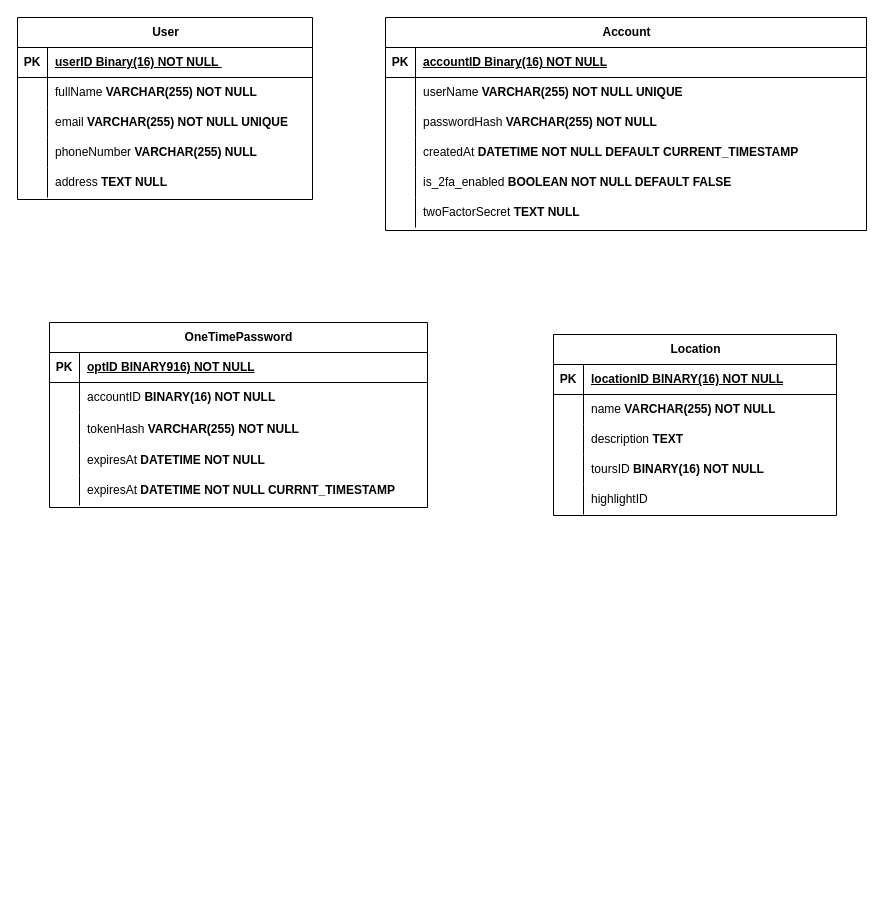
The draw.io diagram docs/ERD.drawio in imfakebot/QueHuong, before the edit. Source tidied: cells renumbered, new cells numbered last; positions are measured from the earlier drawing's top-left corner, leaving out a move shared by most shapes. Both pictures are drawn from the tidied source at 100%, with x=0, y=0 at pixel (17, 17).
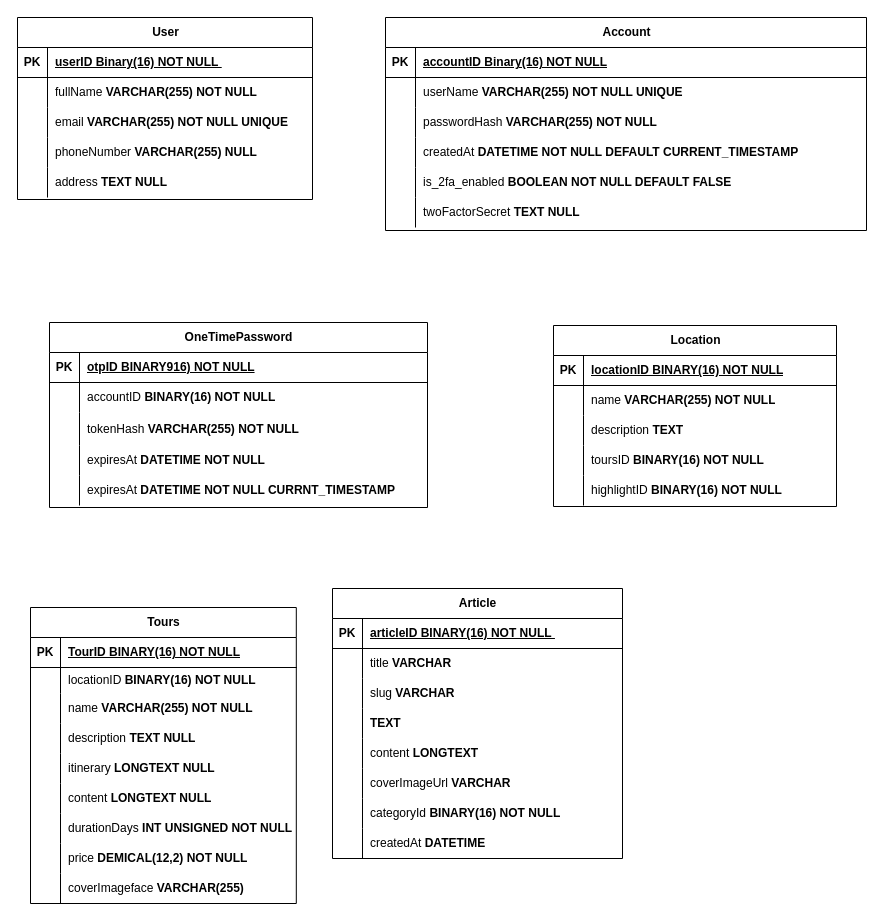
The same page after the edit.

Unchanged cells that the change refers to:
```xml
<mxCell id="38" style="shape=tableRow;horizontal=0;startSize=0;swimlaneHead=0;swimlaneBody=0;fillColor=none;top=0;left=0;right=0;bottom=1;" parent="37" vertex="1">
  <mxGeometry y="30" width="378" height="30" as="geometry" />
</mxCell>
<mxCell id="66" style="shape=tableRow;horizontal=0;startSize=0;swimlaneHead=0;swimlaneBody=0;fillColor=none;top=0;left=0;right=0;bottom=0;" parent="53" vertex="1">
  <mxGeometry y="150" width="283" height="30" as="geometry" />
</mxCell>
```

Change to the diagram source:
```diff
@@
-    <mxCell id="40" value="optID BINARY916) NOT NULL" style="shape=partialRectangle;fillColor=none;top=0;left=0;bottom=0;right=0;align=left;spacingLeft=6;fontStyle=5;overflow=hidden;whiteSpace=wrap;html=1;" parent="38" vertex="1">
+    <mxCell id="40" value="otpID BINARY916) NOT NULL" style="shape=partialRectangle;fillColor=none;top=0;left=0;bottom=0;right=0;align=left;spacingLeft=6;fontStyle=5;overflow=hidden;whiteSpace=wrap;html=1;" parent="38" vertex="1">
       <mxGeometry x="30" width="348" height="30" as="geometry" />
     </mxCell>
@@
     <mxCell id="53" value="Location" style="shape=table;startSize=30;childLayout=tableLayout;rowLines=0;fontStyle=1;align=center;html=1;" parent="1" vertex="1">
-      <mxGeometry x="536" y="317" width="283" height="181" as="geometry" />
+      <mxGeometry x="536" y="308" width="283" height="181" as="geometry" />
     </mxCell>
@@
-    <mxCell id="68" value="highlightID&amp;nbsp;" style="shape=partialRectangle;fillColor=none;top=0;left=0;bottom=0;right=0;align=left;spacingLeft=6;overflow=hidden;whiteSpace=wrap;html=1;" parent="66" vertex="1">
+    <mxCell id="68" value="highlightID &lt;b&gt;BINARY(16) NOT NULL&lt;/b&gt;" style="shape=partialRectangle;fillColor=none;top=0;left=0;bottom=0;right=0;align=left;spacingLeft=6;overflow=hidden;whiteSpace=wrap;html=1;" parent="66" vertex="1">
       <mxGeometry x="30" width="253" height="30" as="geometry" />
     </mxCell>
+    <mxCell id="69" value="Tours" style="shape=table;startSize=30;childLayout=tableLayout;rowLines=0;fontStyle=1;align=center;html=1;" parent="1" vertex="1">
+      <mxGeometry x="13" y="590" width="265.8" height="296" as="geometry" />
+    </mxCell>
+    <mxCell id="70" style="shape=tableRow;horizontal=0;startSize=0;swimlaneHead=0;swimlaneBody=0;fillColor=none;top=0;left=0;right=0;bottom=1;" parent="69" vertex="1">
+      <mxGeometry y="30" width="265.8" height="30" as="geometry" />
+    </mxCell>
+    <mxCell id="71" value="PK" style="shape=partialRectangle;fillColor=none;top=0;left=0;bottom=0;right=0;fontStyle=1;overflow=hidden;whiteSpace=wrap;html=1;" parent="70" vertex="1">
+      <mxGeometry width="30" height="30" as="geometry" />
+    </mxCell>
+    <mxCell id="72" value="TourID BINARY(16) NOT NULL" style="shape=partialRectangle;fillColor=none;top=0;left=0;bottom=0;right=0;align=left;spacingLeft=6;fontStyle=5;overflow=hidden;whiteSpace=wrap;html=1;" parent="70" vertex="1">
+      <mxGeometry x="30" width="235.8" height="30" as="geometry" />
+    </mxCell>
+    <mxCell id="73" style="shape=tableRow;horizontal=0;startSize=0;swimlaneHead=0;swimlaneBody=0;fillColor=none;top=0;left=0;right=0;bottom=0;" parent="69" vertex="1">
+      <mxGeometry y="60" width="265.8" height="26" as="geometry" />
+    </mxCell>
+    <mxCell id="74" style="shape=partialRectangle;fillColor=none;top=0;left=0;bottom=0;right=0;overflow=hidden;whiteSpace=wrap;html=1;" parent="73" vertex="1">
+      <mxGeometry width="30" height="26" as="geometry" />
+    </mxCell>
+    <mxCell id="75" value="locationID &lt;b&gt;BINARY(16) NOT NULL&lt;/b&gt;" style="shape=partialRectangle;fillColor=none;top=0;left=0;bottom=0;right=0;align=left;spacingLeft=6;overflow=hidden;whiteSpace=wrap;html=1;" parent="73" vertex="1">
+      <mxGeometry x="30" width="235.8" height="26" as="geometry" />
+    </mxCell>
+    <mxCell id="76" style="shape=tableRow;horizontal=0;startSize=0;swimlaneHead=0;swimlaneBody=0;fillColor=none;top=0;left=0;right=0;bottom=0;" parent="69" vertex="1">
+      <mxGeometry y="86" width="265.8" height="30" as="geometry" />
+    </mxCell>
+    <mxCell id="77" style="shape=partialRectangle;fillColor=none;top=0;left=0;bottom=0;right=0;overflow=hidden;whiteSpace=wrap;html=1;" parent="76" vertex="1">
+      <mxGeometry width="30" height="30" as="geometry" />
+    </mxCell>
+    <mxCell id="78" value="name &lt;b&gt;VARCHAR(255) NOT NULL&lt;/b&gt;&amp;nbsp;" style="shape=partialRectangle;fillColor=none;top=0;left=0;bottom=0;right=0;align=left;spacingLeft=6;overflow=hidden;whiteSpace=wrap;html=1;" parent="76" vertex="1">
+      <mxGeometry x="30" width="235.8" height="30" as="geometry" />
+    </mxCell>
+    <mxCell id="79" style="shape=tableRow;horizontal=0;startSize=0;swimlaneHead=0;swimlaneBody=0;fillColor=none;top=0;left=0;right=0;bottom=0;" parent="69" vertex="1">
+      <mxGeometry y="116" width="265.8" height="30" as="geometry" />
+    </mxCell>
+    <mxCell id="80" style="shape=partialRectangle;fillColor=none;top=0;left=0;bottom=0;right=0;overflow=hidden;whiteSpace=wrap;html=1;" parent="79" vertex="1">
+      <mxGeometry width="30" height="30" as="geometry" />
+    </mxCell>
+    <mxCell id="81" value="description &lt;b&gt;TEXT NULL&lt;/b&gt;" style="shape=partialRectangle;fillColor=none;top=0;left=0;bottom=0;right=0;align=left;spacingLeft=6;overflow=hidden;whiteSpace=wrap;html=1;" parent="79" vertex="1">
+      <mxGeometry x="30" width="235.8" height="30" as="geometry" />
+    </mxCell>
+    <mxCell id="82" style="shape=tableRow;horizontal=0;startSize=0;swimlaneHead=0;swimlaneBody=0;fillColor=none;top=0;left=0;right=0;bottom=0;" parent="69" vertex="1">
+      <mxGeometry y="146" width="265.8" height="30" as="geometry" />
+    </mxCell>
+    <mxCell id="83" style="shape=partialRectangle;fillColor=none;top=0;left=0;bottom=0;right=0;overflow=hidden;whiteSpace=wrap;html=1;" parent="82" vertex="1">
+      <mxGeometry width="30" height="30" as="geometry" />
+    </mxCell>
+    <mxCell id="84" value="itinerary &lt;b&gt;LONGTEXT NULL&lt;/b&gt;" style="shape=partialRectangle;fillColor=none;top=0;left=0;bottom=0;right=0;align=left;spacingLeft=6;overflow=hidden;whiteSpace=wrap;html=1;" parent="82" vertex="1">
+      <mxGeometry x="30" width="235.8" height="30" as="geometry" />
+    </mxCell>
+    <mxCell id="85" style="shape=tableRow;horizontal=0;startSize=0;swimlaneHead=0;swimlaneBody=0;fillColor=none;top=0;left=0;right=0;bottom=0;" parent="69" vertex="1">
+      <mxGeometry y="176" width="265.8" height="30" as="geometry" />
+    </mxCell>
+    <mxCell id="86" style="shape=partialRectangle;fillColor=none;top=0;left=0;bottom=0;right=0;overflow=hidden;whiteSpace=wrap;html=1;" parent="85" vertex="1">
+      <mxGeometry width="30" height="30" as="geometry" />
+    </mxCell>
+    <mxCell id="87" value="content &lt;b&gt;LONGTEXT NULL&lt;/b&gt;" style="shape=partialRectangle;fillColor=none;top=0;left=0;bottom=0;right=0;align=left;spacingLeft=6;overflow=hidden;whiteSpace=wrap;html=1;" parent="85" vertex="1">
+      <mxGeometry x="30" width="235.8" height="30" as="geometry" />
+    </mxCell>
+    <mxCell id="88" style="shape=tableRow;horizontal=0;startSize=0;swimlaneHead=0;swimlaneBody=0;fillColor=none;top=0;left=0;right=0;bottom=0;" parent="69" vertex="1">
+      <mxGeometry y="206" width="265.8" height="30" as="geometry" />
+    </mxCell>
+    <mxCell id="89" style="shape=partialRectangle;fillColor=none;top=0;left=0;bottom=0;right=0;overflow=hidden;whiteSpace=wrap;html=1;" parent="88" vertex="1">
+      <mxGeometry width="30" height="30" as="geometry" />
+    </mxCell>
+    <mxCell id="90" value="durationDays &lt;b&gt;INT UNSIGNED NOT NULL&lt;/b&gt;" style="shape=partialRectangle;fillColor=none;top=0;left=0;bottom=0;right=0;align=left;spacingLeft=6;overflow=hidden;whiteSpace=wrap;html=1;" parent="88" vertex="1">
+      <mxGeometry x="30" width="235.8" height="30" as="geometry" />
+    </mxCell>
+    <mxCell id="91" style="shape=tableRow;horizontal=0;startSize=0;swimlaneHead=0;swimlaneBody=0;fillColor=none;top=0;left=0;right=0;bottom=0;" parent="69" vertex="1">
+      <mxGeometry y="236" width="265.8" height="30" as="geometry" />
+    </mxCell>
+    <mxCell id="92" style="shape=partialRectangle;fillColor=none;top=0;left=0;bottom=0;right=0;overflow=hidden;whiteSpace=wrap;html=1;" parent="91" vertex="1">
+      <mxGeometry width="30" height="30" as="geometry" />
+    </mxCell>
+    <mxCell id="93" value="price &lt;b&gt;DEMICAL(12,2) NOT NULL&lt;/b&gt;" style="shape=partialRectangle;fillColor=none;top=0;left=0;bottom=0;right=0;align=left;spacingLeft=6;overflow=hidden;whiteSpace=wrap;html=1;" parent="91" vertex="1">
+      <mxGeometry x="30" width="235.8" height="30" as="geometry" />
+    </mxCell>
+    <mxCell id="94" style="shape=tableRow;horizontal=0;startSize=0;swimlaneHead=0;swimlaneBody=0;fillColor=none;top=0;left=0;right=0;bottom=0;" parent="69" vertex="1">
+      <mxGeometry y="266" width="265.8" height="30" as="geometry" />
+    </mxCell>
+    <mxCell id="95" style="shape=partialRectangle;fillColor=none;top=0;left=0;bottom=0;right=0;overflow=hidden;whiteSpace=wrap;html=1;" parent="94" vertex="1">
+      <mxGeometry width="30" height="30" as="geometry" />
+    </mxCell>
+    <mxCell id="96" value="coverImageface&lt;b&gt;&amp;nbsp;VARCHAR(255)&lt;/b&gt;" style="shape=partialRectangle;fillColor=none;top=0;left=0;bottom=0;right=0;align=left;spacingLeft=6;overflow=hidden;whiteSpace=wrap;html=1;" parent="94" vertex="1">
+      <mxGeometry x="30" width="235.8" height="30" as="geometry" />
+    </mxCell>
+    <mxCell id="97" value="Article" style="shape=table;startSize=30;childLayout=tableLayout;rowLines=0;fontStyle=1;align=center;html=1;" parent="1" vertex="1">
+      <mxGeometry x="315" y="571" width="290" height="270" as="geometry" />
+    </mxCell>
+    <mxCell id="98" style="shape=tableRow;horizontal=0;startSize=0;swimlaneHead=0;swimlaneBody=0;fillColor=none;top=0;left=0;right=0;bottom=1;" parent="97" vertex="1">
+      <mxGeometry y="30" width="290" height="30" as="geometry" />
+    </mxCell>
+    <mxCell id="99" value="PK" style="shape=partialRectangle;fillColor=none;top=0;left=0;bottom=0;right=0;fontStyle=1;overflow=hidden;whiteSpace=wrap;html=1;" parent="98" vertex="1">
+      <mxGeometry width="30" height="30" as="geometry" />
+    </mxCell>
+    <mxCell id="100" value="articleID BINARY(16) NOT NULL&amp;nbsp;" style="shape=partialRectangle;fillColor=none;top=0;left=0;bottom=0;right=0;align=left;spacingLeft=6;fontStyle=5;overflow=hidden;whiteSpace=wrap;html=1;" parent="98" vertex="1">
+      <mxGeometry x="30" width="260" height="30" as="geometry" />
+    </mxCell>
+    <mxCell id="101" style="shape=tableRow;horizontal=0;startSize=0;swimlaneHead=0;swimlaneBody=0;fillColor=none;top=0;left=0;right=0;bottom=0;" parent="97" vertex="1">
+      <mxGeometry y="60" width="290" height="30" as="geometry" />
+    </mxCell>
+    <mxCell id="102" style="shape=partialRectangle;fillColor=none;top=0;left=0;bottom=0;right=0;overflow=hidden;whiteSpace=wrap;html=1;" parent="101" vertex="1">
+      <mxGeometry width="30" height="30" as="geometry" />
+    </mxCell>
+    <mxCell id="103" value="title &lt;b&gt;VARCHAR&lt;/b&gt;" style="shape=partialRectangle;fillColor=none;top=0;left=0;bottom=0;right=0;align=left;spacingLeft=6;overflow=hidden;whiteSpace=wrap;html=1;" parent="101" vertex="1">
+      <mxGeometry x="30" width="260" height="30" as="geometry" />
+    </mxCell>
+    <mxCell id="104" style="shape=tableRow;horizontal=0;startSize=0;swimlaneHead=0;swimlaneBody=0;fillColor=none;top=0;left=0;right=0;bottom=0;" parent="97" vertex="1">
+      <mxGeometry y="90" width="290" height="30" as="geometry" />
+    </mxCell>
+    <mxCell id="105" style="shape=partialRectangle;fillColor=none;top=0;left=0;bottom=0;right=0;overflow=hidden;whiteSpace=wrap;html=1;" parent="104" vertex="1">
+      <mxGeometry width="30" height="30" as="geometry" />
+    </mxCell>
+    <mxCell id="106" value="slug &lt;b&gt;VARCHAR&lt;/b&gt;" style="shape=partialRectangle;fillColor=none;top=0;left=0;bottom=0;right=0;align=left;spacingLeft=6;overflow=hidden;whiteSpace=wrap;html=1;" parent="104" vertex="1">
+      <mxGeometry x="30" width="260" height="30" as="geometry" />
+    </mxCell>
+    <mxCell id="107" style="shape=tableRow;horizontal=0;startSize=0;swimlaneHead=0;swimlaneBody=0;fillColor=none;top=0;left=0;right=0;bottom=0;" parent="97" vertex="1">
+      <mxGeometry y="120" width="290" height="30" as="geometry" />
+    </mxCell>
+    <mxCell id="108" style="shape=partialRectangle;fillColor=none;top=0;left=0;bottom=0;right=0;overflow=hidden;whiteSpace=wrap;html=1;" parent="107" vertex="1">
+      <mxGeometry width="30" height="30" as="geometry" />
+    </mxCell>
+    <mxCell id="109" value="&lt;b&gt;TEXT&lt;/b&gt;&amp;nbsp;" style="shape=partialRectangle;fillColor=none;top=0;left=0;bottom=0;right=0;align=left;spacingLeft=6;overflow=hidden;whiteSpace=wrap;html=1;" parent="107" vertex="1">
+      <mxGeometry x="30" width="260" height="30" as="geometry" />
+    </mxCell>
+    <mxCell id="110" style="shape=tableRow;horizontal=0;startSize=0;swimlaneHead=0;swimlaneBody=0;fillColor=none;top=0;left=0;right=0;bottom=0;" parent="97" vertex="1">
+      <mxGeometry y="150" width="290" height="30" as="geometry" />
+    </mxCell>
+    <mxCell id="111" style="shape=partialRectangle;fillColor=none;top=0;left=0;bottom=0;right=0;overflow=hidden;whiteSpace=wrap;html=1;" parent="110" vertex="1">
+      <mxGeometry width="30" height="30" as="geometry" />
+    </mxCell>
+    <mxCell id="112" value="content &lt;b&gt;LONGTEXT&lt;/b&gt;" style="shape=partialRectangle;fillColor=none;top=0;left=0;bottom=0;right=0;align=left;spacingLeft=6;overflow=hidden;whiteSpace=wrap;html=1;" parent="110" vertex="1">
+      <mxGeometry x="30" width="260" height="30" as="geometry" />
+    </mxCell>
+    <mxCell id="113" style="shape=tableRow;horizontal=0;startSize=0;swimlaneHead=0;swimlaneBody=0;fillColor=none;top=0;left=0;right=0;bottom=0;" parent="97" vertex="1">
+      <mxGeometry y="180" width="290" height="30" as="geometry" />
+    </mxCell>
+    <mxCell id="114" style="shape=partialRectangle;fillColor=none;top=0;left=0;bottom=0;right=0;overflow=hidden;whiteSpace=wrap;html=1;" parent="113" vertex="1">
+      <mxGeometry width="30" height="30" as="geometry" />
+    </mxCell>
+    <mxCell id="115" value="coverImageUrl &lt;b&gt;VARCHAR&lt;/b&gt;" style="shape=partialRectangle;fillColor=none;top=0;left=0;bottom=0;right=0;align=left;spacingLeft=6;overflow=hidden;whiteSpace=wrap;html=1;" parent="113" vertex="1">
+      <mxGeometry x="30" width="260" height="30" as="geometry" />
+    </mxCell>
+    <mxCell id="116" style="shape=tableRow;horizontal=0;startSize=0;swimlaneHead=0;swimlaneBody=0;fillColor=none;top=0;left=0;right=0;bottom=0;" parent="97" vertex="1">
+      <mxGeometry y="210" width="290" height="30" as="geometry" />
+    </mxCell>
+    <mxCell id="117" style="shape=partialRectangle;fillColor=none;top=0;left=0;bottom=0;right=0;overflow=hidden;whiteSpace=wrap;html=1;" parent="116" vertex="1">
+      <mxGeometry width="30" height="30" as="geometry" />
+    </mxCell>
+    <mxCell id="118" value="categoryId &lt;b&gt;BINARY(16) NOT NULL&lt;/b&gt;" style="shape=partialRectangle;fillColor=none;top=0;left=0;bottom=0;right=0;align=left;spacingLeft=6;overflow=hidden;whiteSpace=wrap;html=1;" parent="116" vertex="1">
+      <mxGeometry x="30" width="260" height="30" as="geometry" />
+    </mxCell>
+    <mxCell id="119" style="shape=tableRow;horizontal=0;startSize=0;swimlaneHead=0;swimlaneBody=0;fillColor=none;top=0;left=0;right=0;bottom=0;" parent="97" vertex="1">
+      <mxGeometry y="240" width="290" height="30" as="geometry" />
+    </mxCell>
+    <mxCell id="120" style="shape=partialRectangle;fillColor=none;top=0;left=0;bottom=0;right=0;overflow=hidden;whiteSpace=wrap;html=1;" parent="119" vertex="1">
+      <mxGeometry width="30" height="30" as="geometry" />
+    </mxCell>
+    <mxCell id="121" value="createdAt &lt;b&gt;DATETIME&amp;nbsp;&lt;/b&gt;" style="shape=partialRectangle;fillColor=none;top=0;left=0;bottom=0;right=0;align=left;spacingLeft=6;overflow=hidden;whiteSpace=wrap;html=1;" parent="119" vertex="1">
+      <mxGeometry x="30" width="260" height="30" as="geometry" />
+    </mxCell>
```
